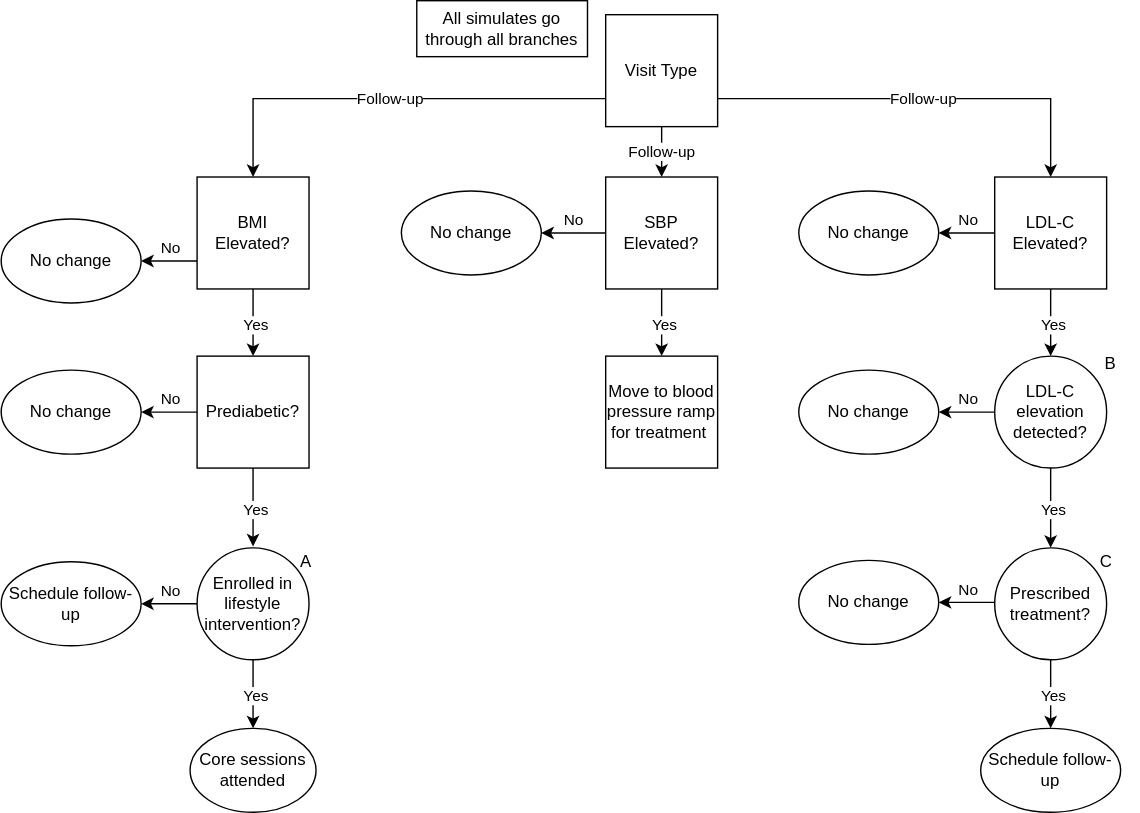
ihmeuw/vivarium_research keeps this draw.io diagram as docs/source/concept_models/vivarium_us_cvd/decision_tree_followup.svg. Above is the earlier version. Source tidied: cells renumbered, new cells last; positions are measured from the earlier drawing's top-left corner, leaving out a move shared by most shapes.
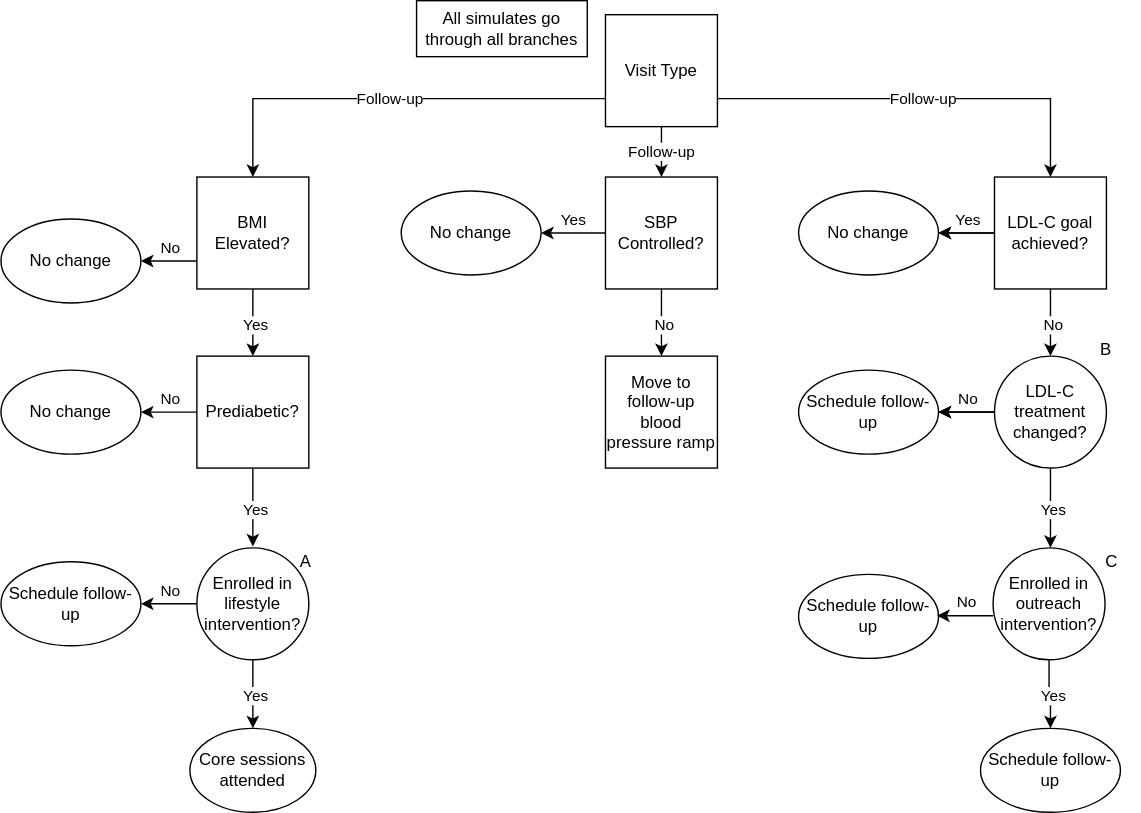
Above is the later version.

Change to the diagram source:
```diff
@@ -26,7 +26,7 @@
     <mxCell id="9" value="Follow-up" style="edgeStyle=orthogonalEdgeStyle;rounded=0;jettySize=auto;exitX=0;exitY=0.75;exitDx=0;exitDy=0;entryX=0.5;entryY=0;entryDx=0;entryDy=0;html=1;" parent="1" edge="1" source="7" target="4">
       <mxGeometry relative="1" as="geometry" />
     </mxCell>
-    <mxCell id="10" value="SBP Elevated?" style="whiteSpace=wrap;html=1;" parent="1" vertex="1">
+    <mxCell id="10" value="SBP Controlled?" style="whiteSpace=wrap;html=1;" parent="1" vertex="1">
       <mxGeometry x="432" y="126" width="80" height="80" as="geometry" />
     </mxCell>
     <mxCell id="11" value="Follow-up" style="edgeStyle=orthogonalEdgeStyle;rounded=0;jettySize=auto;html=1;exitX=1;exitY=0.75;exitDx=0;exitDy=0;entryX=0.5;entryY=0;entryDx=0;entryDy=0;" parent="1" edge="1" source="7" target="13">
@@ -35,7 +35,10 @@
     <mxCell id="12" value="A" style="text;html=1;strokeColor=none;fillColor=none;align=center;verticalAlign=middle;whiteSpace=wrap;rounded=0;" parent="1" vertex="1">
       <mxGeometry x="198" y="391" width="40" height="20" as="geometry" />
     </mxCell>
+    <mxCell id="55" style="edgeStyle=orthogonalEdgeStyle;rounded=0;jettySize=auto;html=1;" parent="1" edge="1" source="13" target="39">
+      <mxGeometry relative="1" as="geometry" />
+    </mxCell>
-    <mxCell id="13" value="LDL-C Elevated?" style="whiteSpace=wrap;html=1;" parent="1" vertex="1">
+    <mxCell id="13" value="LDL-C goal achieved?" style="whiteSpace=wrap;html=1;" parent="1" vertex="1">
       <mxGeometry x="710" y="126" width="80" height="80" as="geometry" />
     </mxCell>
     <mxCell id="14" value="All simulates go through all branches" style="rounded=0;whiteSpace=wrap;html=1;" parent="1" vertex="1">
@@ -82,16 +85,10 @@
         <mxPoint x="8" y="-9" as="offset" />
       </mxGeometry>
     </mxCell>
-    <mxCell id="26" value="LDL-C elevation detected?" style="ellipse;whiteSpace=wrap;html=1;" parent="1" vertex="1">
-      <mxGeometry x="710" y="254" width="80" height="80" as="geometry" />
-    </mxCell>
-    <mxCell id="27" value="B" style="text;html=1;strokeColor=none;fillColor=none;align=center;verticalAlign=middle;whiteSpace=wrap;rounded=0;" parent="1" vertex="1">
-      <mxGeometry x="773" y="250" width="40" height="20" as="geometry" />
-    </mxCell>
     <mxCell id="28" style="edgeStyle=orthogonalEdgeStyle;rounded=0;jettySize=auto;html=1;exitX=0.5;exitY=1;exitDx=0;exitDy=0;entryX=0.5;entryY=0;entryDx=0;entryDy=0;" parent="1" edge="1" source="10" target="51">
       <mxGeometry relative="1" as="geometry" />
     </mxCell>
-    <mxCell id="29" value="Yes" style="edgeLabel;html=1;align=center;verticalAlign=middle;" parent="28" vertex="1">
+    <mxCell id="29" value="No" style="edgeLabel;html=1;align=center;verticalAlign=middle;" parent="28" vertex="1">
       <mxGeometry x="0.02" y="1" relative="1" as="geometry" />
     </mxCell>
     <mxCell id="30" style="edgeStyle=orthogonalEdgeStyle;rounded=0;jettySize=auto;html=1;exitX=0.5;exitY=1;exitDx=0;exitDy=0;" parent="1" edge="1" source="8">
@@ -102,25 +99,25 @@
     <mxCell id="31" value="Yes" style="edgeLabel;html=1;align=center;verticalAlign=middle;" parent="30" vertex="1">
       <mxGeometry x="0.02" y="1" relative="1" as="geometry" />
     </mxCell>
-    <mxCell id="32" style="edgeStyle=orthogonalEdgeStyle;rounded=0;jettySize=auto;html=1;exitX=0.5;exitY=1;exitDx=0;exitDy=0;entryX=0.5;entryY=0;entryDx=0;entryDy=0;" parent="1" edge="1" source="13" target="26">
-      <mxGeometry relative="1" as="geometry" />
+    <mxCell id="32" style="edgeStyle=orthogonalEdgeStyle;rounded=0;jettySize=auto;html=1;exitX=0.5;exitY=1;exitDx=0;exitDy=0;entryX=0.5;entryY=0;entryDx=0;entryDy=0;" parent="1" edge="1" source="13">
+      <mxGeometry relative="1" as="geometry">
+        <mxPoint x="750" y="254" as="targetPoint" />
+      </mxGeometry>
     </mxCell>
-    <mxCell id="33" value="Yes" style="edgeLabel;html=1;align=center;verticalAlign=middle;" parent="32" vertex="1">
+    <mxCell id="33" value="No" style="edgeLabel;html=1;align=center;verticalAlign=middle;" parent="32" vertex="1">
       <mxGeometry x="0.02" y="1" relative="1" as="geometry" />
     </mxCell>
-    <mxCell id="34" style="edgeStyle=orthogonalEdgeStyle;rounded=0;jettySize=auto;html=1;exitX=0.5;exitY=1;exitDx=0;exitDy=0;entryX=0.5;entryY=0;entryDx=0;entryDy=0;" parent="1" edge="1" source="26">
+    <mxCell id="34" style="edgeStyle=orthogonalEdgeStyle;rounded=0;orthogonalLoop=1;jettySize=auto;html=1;exitX=0.5;exitY=1;exitDx=0;exitDy=0;entryX=0.5;entryY=0;entryDx=0;entryDy=0;" parent="1" edge="1">
       <mxGeometry relative="1" as="geometry">
+        <mxPoint x="750" y="334" as="sourcePoint" />
         <mxPoint x="750" y="391" as="targetPoint" />
       </mxGeometry>
     </mxCell>
     <mxCell id="35" value="Yes" style="edgeLabel;html=1;align=center;verticalAlign=middle;" parent="34" vertex="1">
       <mxGeometry x="0.02" y="1" relative="1" as="geometry" />
     </mxCell>
-    <mxCell id="36" value="Prescribed treatment?" style="ellipse;whiteSpace=wrap;html=1;" parent="1" vertex="1">
-      <mxGeometry x="710" y="391" width="80" height="80" as="geometry" />
-    </mxCell>
-    <mxCell id="37" value="C" style="text;html=1;strokeColor=none;fillColor=none;align=center;verticalAlign=middle;whiteSpace=wrap;rounded=0;" parent="1" vertex="1">
-      <mxGeometry x="770" y="391" width="40" height="20" as="geometry" />
+    <mxCell id="37" value="B" style="text;html=1;strokeColor=none;fillColor=none;align=center;verticalAlign=middle;whiteSpace=wrap;rounded=0;" parent="1" vertex="1">
+      <mxGeometry x="770" y="240" width="40" height="20" as="geometry" />
     </mxCell>
     <mxCell id="38" value="No change" style="ellipse;whiteSpace=wrap;html=1;" parent="1" vertex="1">
       <mxGeometry x="286" y="136" width="100" height="60" as="geometry" />
@@ -131,7 +128,7 @@
     <mxCell id="40" style="edgeStyle=orthogonalEdgeStyle;rounded=0;jettySize=auto;html=1;exitX=0;exitY=0.5;exitDx=0;exitDy=0;entryX=1;entryY=0.5;entryDx=0;entryDy=0;" parent="1" edge="1" source="10" target="38">
       <mxGeometry relative="1" as="geometry" />
     </mxCell>
-    <mxCell id="41" value="No" style="edgeLabel;html=1;align=center;verticalAlign=middle;" parent="40" vertex="1">
+    <mxCell id="41" value="Yes" style="edgeLabel;html=1;align=center;verticalAlign=middle;" parent="40" vertex="1">
       <mxGeometry x="0.4" y="-1" relative="1" as="geometry">
         <mxPoint x="8" y="-9" as="offset" />
       </mxGeometry>
@@ -139,7 +136,7 @@
     <mxCell id="42" style="edgeStyle=orthogonalEdgeStyle;rounded=0;jettySize=auto;html=1;exitX=0;exitY=0.5;exitDx=0;exitDy=0;entryX=1;entryY=0.5;entryDx=0;entryDy=0;" parent="1" edge="1" source="13" target="39">
       <mxGeometry relative="1" as="geometry" />
     </mxCell>
-    <mxCell id="43" value="No" style="edgeLabel;html=1;align=center;verticalAlign=middle;" parent="42" vertex="1">
+    <mxCell id="43" value="Yes" style="edgeLabel;html=1;align=center;verticalAlign=middle;" parent="42" vertex="1">
       <mxGeometry x="0.4" y="-1" relative="1" as="geometry">
         <mxPoint x="8" y="-9" as="offset" />
       </mxGeometry>
@@ -154,38 +151,52 @@
         <mxPoint x="8" y="-9" as="offset" />
       </mxGeometry>
     </mxCell>
-    <mxCell id="46" value="No change" style="ellipse;whiteSpace=wrap;html=1;" parent="1" vertex="1">
+    <mxCell id="46" value="Schedule follow-up" style="ellipse;whiteSpace=wrap;html=1;" parent="1" vertex="1">
       <mxGeometry x="570" y="264" width="100" height="60" as="geometry" />
     </mxCell>
-    <mxCell id="47" style="edgeStyle=orthogonalEdgeStyle;rounded=0;jettySize=auto;html=1;exitX=0;exitY=0.5;exitDx=0;exitDy=0;entryX=1;entryY=0.5;entryDx=0;entryDy=0;" parent="1" edge="1" target="49">
-      <mxGeometry relative="1" as="geometry">
-        <mxPoint x="710" y="430" as="sourcePoint" />
-      </mxGeometry>
-    </mxCell>
-    <mxCell id="48" value="No" style="edgeLabel;html=1;align=center;verticalAlign=middle;" parent="47" vertex="1">
-      <mxGeometry x="0.4" y="-1" relative="1" as="geometry">
-        <mxPoint x="8" y="-9" as="offset" />
-      </mxGeometry>
-    </mxCell>
-    <mxCell id="49" value="No change" style="ellipse;whiteSpace=wrap;html=1;" parent="1" vertex="1">
-      <mxGeometry x="570" y="400" width="100" height="60" as="geometry" />
-    </mxCell>
     <mxCell id="50" value="Core sessions attended" style="ellipse;whiteSpace=wrap;html=1;" parent="1" vertex="1">
       <mxGeometry x="135" y="520" width="90" height="60" as="geometry" />
     </mxCell>
-    <mxCell id="51" value="Move to blood pressure ramp for treatment&amp;nbsp;" style="whiteSpace=wrap;html=1;" parent="1" vertex="1">
+    <mxCell id="51" value="Move to follow-up blood pressure ramp" style="whiteSpace=wrap;html=1;" parent="1" vertex="1">
       <mxGeometry x="432" y="254" width="80" height="80" as="geometry" />
     </mxCell>
-    <mxCell id="52" style="edgeStyle=orthogonalEdgeStyle;rounded=0;jettySize=auto;html=1;exitX=0.5;exitY=1;exitDx=0;exitDy=0;" parent="1" edge="1" source="36">
-      <mxGeometry relative="1" as="geometry">
-        <mxPoint x="750" y="520" as="targetPoint" />
-      </mxGeometry>
-    </mxCell>
+    <mxCell id="54" value="Schedule follow-up" style="ellipse;whiteSpace=wrap;html=1;" parent="1" vertex="1">
+      <mxGeometry x="700" y="520" width="100" height="60" as="geometry" />
+    </mxCell>
+    <mxCell id="56" style="edgeStyle=orthogonalEdgeStyle;rounded=0;jettySize=auto;html=1;" parent="1" edge="1" source="58" target="46">
+      <mxGeometry relative="1" as="geometry" />
+    </mxCell>
+    <mxCell id="57" style="edgeStyle=orthogonalEdgeStyle;rounded=0;jettySize=auto;html=1;" parent="1" edge="1" source="58" target="46">
+      <mxGeometry relative="1" as="geometry" />
+    </mxCell>
+    <mxCell id="58" value="LDL-C treatment changed?" style="ellipse;whiteSpace=wrap;html=1;" parent="1" vertex="1">
+      <mxGeometry x="710" y="254" width="80" height="80" as="geometry" />
+    </mxCell>
+    <mxCell id="59" value="Enrolled in outreach intervention?" style="ellipse;whiteSpace=wrap;html=1;" parent="1" vertex="1">
+      <mxGeometry x="709" y="391" width="80" height="80" as="geometry" />
+    </mxCell>
+    <mxCell id="60" value="C" style="text;html=1;strokeColor=none;fillColor=none;align=center;verticalAlign=middle;whiteSpace=wrap;rounded=0;" parent="1" vertex="1">
+      <mxGeometry x="774" y="391" width="40" height="20" as="geometry" />
+    </mxCell>
+    <mxCell id="61" style="edgeStyle=orthogonalEdgeStyle;rounded=0;jettySize=auto;html=1;exitX=0.5;exitY=1;exitDx=0;exitDy=0;entryX=0.5;entryY=0;entryDx=0;entryDy=0;" parent="1" edge="1" source="59" target="54">
+      <mxGeometry relative="1" as="geometry" />
+    </mxCell>
-    <mxCell id="53" value="Yes" style="edgeLabel;html=1;align=center;verticalAlign=middle;" parent="52" vertex="1">
+    <mxCell id="53" value="Yes" style="edgeLabel;html=1;align=center;verticalAlign=middle;" parent="61" vertex="1">
       <mxGeometry x="0.02" y="1" relative="1" as="geometry" />
     </mxCell>
-    <mxCell id="54" value="Schedule follow-up" style="ellipse;whiteSpace=wrap;html=1;" parent="1" vertex="1">
-      <mxGeometry x="700" y="520" width="100" height="60" as="geometry" />
-    </mxCell>
+    <mxCell id="62" value="Schedule follow-up" style="ellipse;whiteSpace=wrap;html=1;" parent="1" vertex="1">
+      <mxGeometry x="570" y="410" width="100" height="60" as="geometry" />
+    </mxCell>
+    <mxCell id="63" style="edgeStyle=orthogonalEdgeStyle;rounded=0;orthogonalLoop=1;jettySize=auto;html=1;exitX=0;exitY=0.5;exitDx=0;exitDy=0;entryX=1;entryY=0.5;entryDx=0;entryDy=0;" parent="1" edge="1">
+      <mxGeometry relative="1" as="geometry">
+        <mxPoint x="709" y="439.5" as="sourcePoint" />
+        <mxPoint x="669" y="439.5" as="targetPoint" />
+      </mxGeometry>
+    </mxCell>
+    <mxCell id="48" value="No" style="edgeLabel;html=1;align=center;verticalAlign=middle;" parent="63" vertex="1">
+      <mxGeometry x="0.4" y="-1" relative="1" as="geometry">
+        <mxPoint x="8" y="-9" as="offset" />
+      </mxGeometry>
+    </mxCell>
   </root>
 </mxGraphModel>
```
